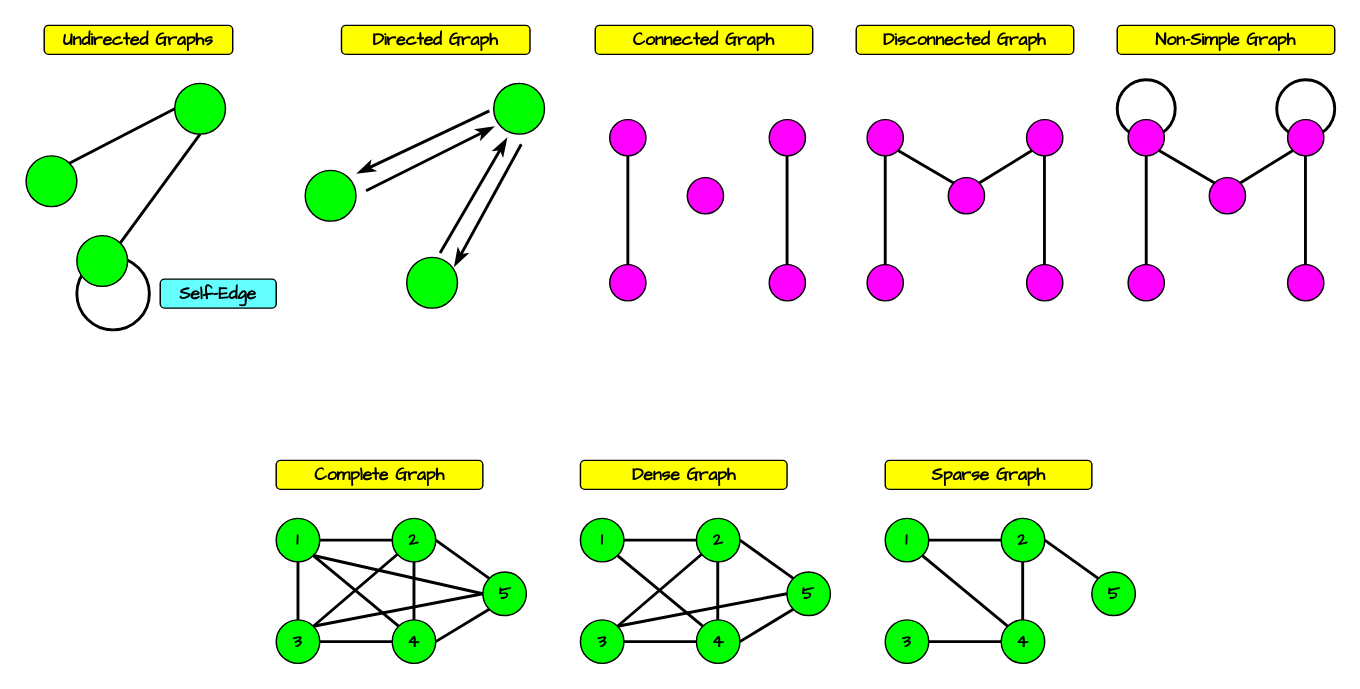
Above: Computer Science/Foundations of Computing/Module 01 Graphs and Trees/resources/Drawings.drawio in ByteToBits/CompScience (draw.io), before the change. Source tidied: cells renumbered, new cells numbered last; positions are measured from the earlier drawing's top-left corner, leaving out a move shared by most shapes. Both pictures are drawn from the tidied source at 145%, with x=0, y=0 at pixel (26, 25).
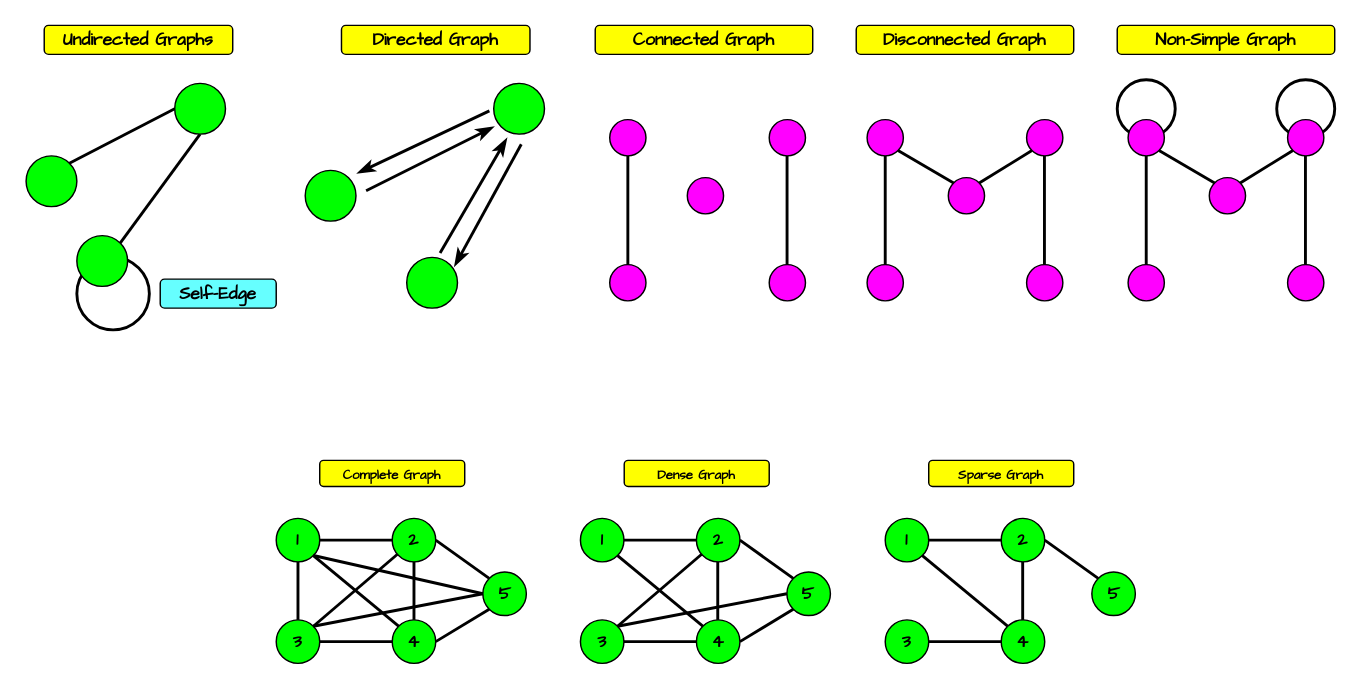
The same diagram, later.

Commit message (it also covers changes not shown here):
Adjacency List and Matrix

Diff of the diagram source:
```diff
@@
-    <mxCell id="48" value="&lt;font face=&quot;Comic Sans MS&quot;&gt;&lt;b&gt;Complete Graph&lt;/b&gt;&lt;/font&gt;" style="rounded=1;whiteSpace=wrap;html=1;fillColor=#FFFF00;strokeColor=#000000;fontColor=#000000;" parent="1" vertex="1">
-      <mxGeometry x="172" y="300" width="142.5" height="20" as="geometry" />
+    <mxCell id="48" value="&lt;font style=&quot;font-size: 9px;&quot; face=&quot;Comic Sans MS&quot;&gt;&lt;b style=&quot;&quot;&gt;Complete Graph&lt;/b&gt;&lt;/font&gt;" style="rounded=1;whiteSpace=wrap;html=1;fillColor=#FFFF00;strokeColor=#000000;fontColor=#000000;" parent="1" vertex="1">
+      <mxGeometry x="202" y="300" width="100" height="18" as="geometry" />
     </mxCell>
@@
-    <mxCell id="63" value="&lt;font face=&quot;Comic Sans MS&quot;&gt;&lt;b&gt;Dense Graph&lt;/b&gt;&lt;/font&gt;" style="rounded=1;whiteSpace=wrap;html=1;fillColor=#FFFF00;strokeColor=#000000;fontColor=#000000;" parent="1" vertex="1">
-      <mxGeometry x="381.8" y="300" width="142.5" height="20" as="geometry" />
+    <mxCell id="63" value="&lt;font style=&quot;font-size: 9px;&quot; face=&quot;Comic Sans MS&quot;&gt;&lt;b style=&quot;&quot;&gt;Dense Graph&lt;/b&gt;&lt;/font&gt;" style="rounded=1;whiteSpace=wrap;html=1;fillColor=#FFFF00;strokeColor=#000000;fontColor=#000000;" parent="1" vertex="1">
+      <mxGeometry x="412" y="300" width="100" height="18" as="geometry" />
     </mxCell>
@@
-    <mxCell id="76" value="&lt;font face=&quot;Comic Sans MS&quot;&gt;&lt;b&gt;Sparse Graph&lt;/b&gt;&lt;/font&gt;" style="rounded=1;whiteSpace=wrap;html=1;fillColor=#FFFF00;strokeColor=#000000;fontColor=#000000;" parent="1" vertex="1">
-      <mxGeometry x="592" y="300" width="142.5" height="20" as="geometry" />
+    <mxCell id="76" value="&lt;font style=&quot;font-size: 9px;&quot; face=&quot;Comic Sans MS&quot;&gt;&lt;b style=&quot;&quot;&gt;Sparse Graph&lt;/b&gt;&lt;/font&gt;" style="rounded=1;whiteSpace=wrap;html=1;fillColor=#FFFF00;strokeColor=#000000;fontColor=#000000;" parent="1" vertex="1">
+      <mxGeometry x="622" y="300" width="100" height="18" as="geometry" />
     </mxCell>
```
